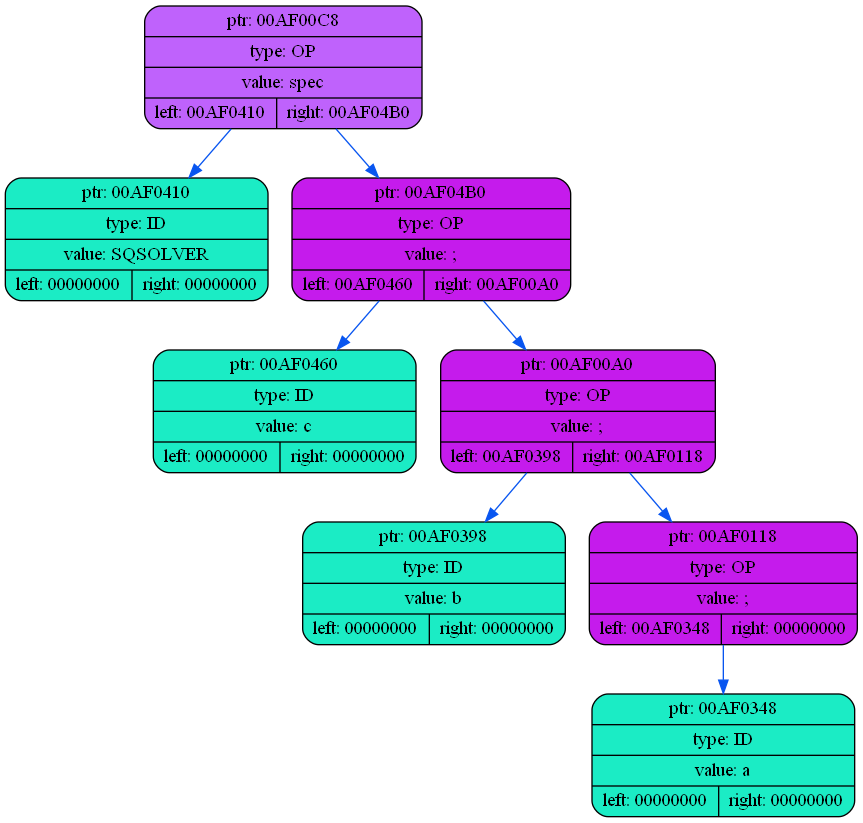
Above: dump/dump2.png in coffee8cat/Elden-language (Graphviz), before the change. Its source is kept beside it as dump/dump2.dot.
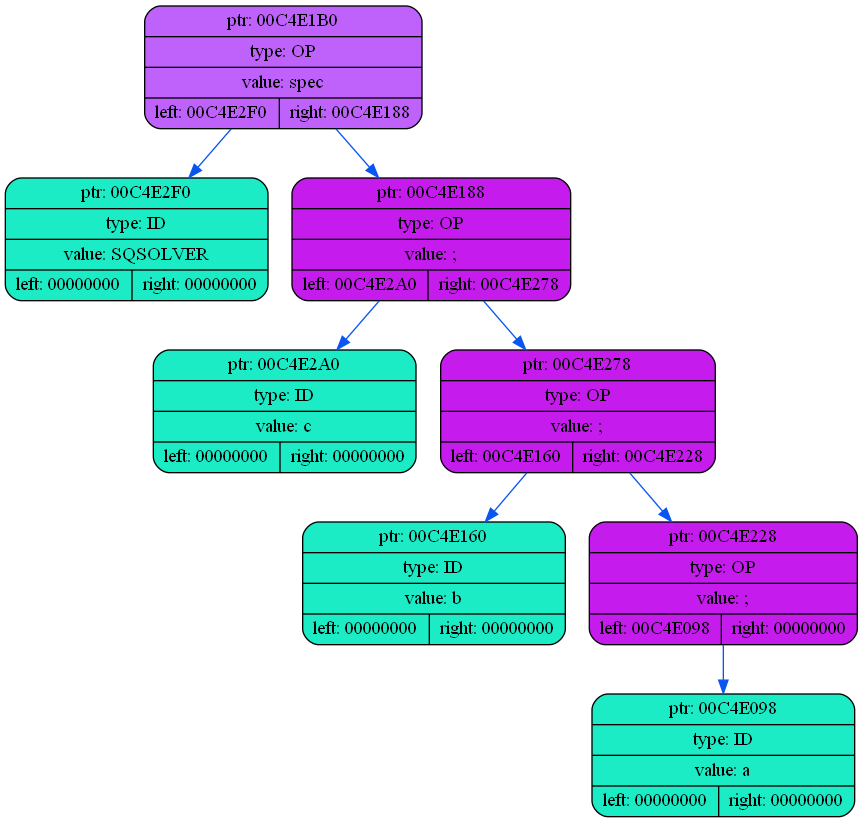
After the commit.

Change to the diagram source:
```diff
@@ -2,19 +2,19 @@
 {
     rankdir=TP
 
-        node00AF00C8[shape=record,style="rounded,filled",fillcolor="#BF62FC",label="{ ptr: 00AF00C8 | type: OP | value: spec| { left: 00AF0410 | right: 00AF04B0 }}"];
-    node00AF00C8 -> node00AF0410[color="#0855F0"]
-    node00AF0410[shape=record,style="rounded,filled",fillcolor="#1BECC5",label="{ ptr: 00AF0410 | type: ID | value: SQSOLVER| { left: 00000000 | right: 00000000 }}"];
-    node00AF00C8 -> node00AF04B0[color="#0855F0"]
-    node00AF04B0[shape=record,style="rounded,filled",fillcolor="#C51BEC",label="{ ptr: 00AF04B0 | type: OP | value: ;| { left: 00AF0460 | right: 00AF00A0 }}"];
-    node00AF04B0 -> node00AF0460[color="#0855F0"]
-    node00AF0460[shape=record,style="rounded,filled",fillcolor="#1BECC5",label="{ ptr: 00AF0460 | type: ID | value: c| { left: 00000000 | right: 00000000 }}"];
-    node00AF04B0 -> node00AF00A0[color="#0855F0"]
-    node00AF00A0[shape=record,style="rounded,filled",fillcolor="#C51BEC",label="{ ptr: 00AF00A0 | type: OP | value: ;| { left: 00AF0398 | right: 00AF0118 }}"];
-    node00AF00A0 -> node00AF0398[color="#0855F0"]
-    node00AF0398[shape=record,style="rounded,filled",fillcolor="#1BECC5",label="{ ptr: 00AF0398 | type: ID | value: b| { left: 00000000 | right: 00000000 }}"];
-    node00AF00A0 -> node00AF0118[color="#0855F0"]
-    node00AF0118[shape=record,style="rounded,filled",fillcolor="#C51BEC",label="{ ptr: 00AF0118 | type: OP | value: ;| { left: 00AF0348 | right: 00000000 }}"];
-    node00AF0118 -> node00AF0348[color="#0855F0"]
-    node00AF0348[shape=record,style="rounded,filled",fillcolor="#1BECC5",label="{ ptr: 00AF0348 | type: ID | value: a| { left: 00000000 | right: 00000000 }}"];
+        node00C4E1B0[shape=record,style="rounded,filled",fillcolor="#BF62FC",label="{ ptr: 00C4E1B0 | type: OP | value: spec| { left: 00C4E2F0 | right: 00C4E188 }}"];
+    node00C4E1B0 -> node00C4E2F0[color="#0855F0"]
+    node00C4E2F0[shape=record,style="rounded,filled",fillcolor="#1BECC5",label="{ ptr: 00C4E2F0 | type: ID | value: SQSOLVER| { left: 00000000 | right: 00000000 }}"];
+    node00C4E1B0 -> node00C4E188[color="#0855F0"]
+    node00C4E188[shape=record,style="rounded,filled",fillcolor="#C51BEC",label="{ ptr: 00C4E188 | type: OP | value: ;| { left: 00C4E2A0 | right: 00C4E278 }}"];
+    node00C4E188 -> node00C4E2A0[color="#0855F0"]
+    node00C4E2A0[shape=record,style="rounded,filled",fillcolor="#1BECC5",label="{ ptr: 00C4E2A0 | type: ID | value: c| { left: 00000000 | right: 00000000 }}"];
+    node00C4E188 -> node00C4E278[color="#0855F0"]
+    node00C4E278[shape=record,style="rounded,filled",fillcolor="#C51BEC",label="{ ptr: 00C4E278 | type: OP | value: ;| { left: 00C4E160 | right: 00C4E228 }}"];
+    node00C4E278 -> node00C4E160[color="#0855F0"]
+    node00C4E160[shape=record,style="rounded,filled",fillcolor="#1BECC5",label="{ ptr: 00C4E160 | type: ID | value: b| { left: 00000000 | right: 00000000 }}"];
+    node00C4E278 -> node00C4E228[color="#0855F0"]
+    node00C4E228[shape=record,style="rounded,filled",fillcolor="#C51BEC",label="{ ptr: 00C4E228 | type: OP | value: ;| { left: 00C4E098 | right: 00000000 }}"];
+    node00C4E228 -> node00C4E098[color="#0855F0"]
+    node00C4E098[shape=record,style="rounded,filled",fillcolor="#1BECC5",label="{ ptr: 00C4E098 | type: ID | value: a| { left: 00000000 | right: 00000000 }}"];
 }
```
